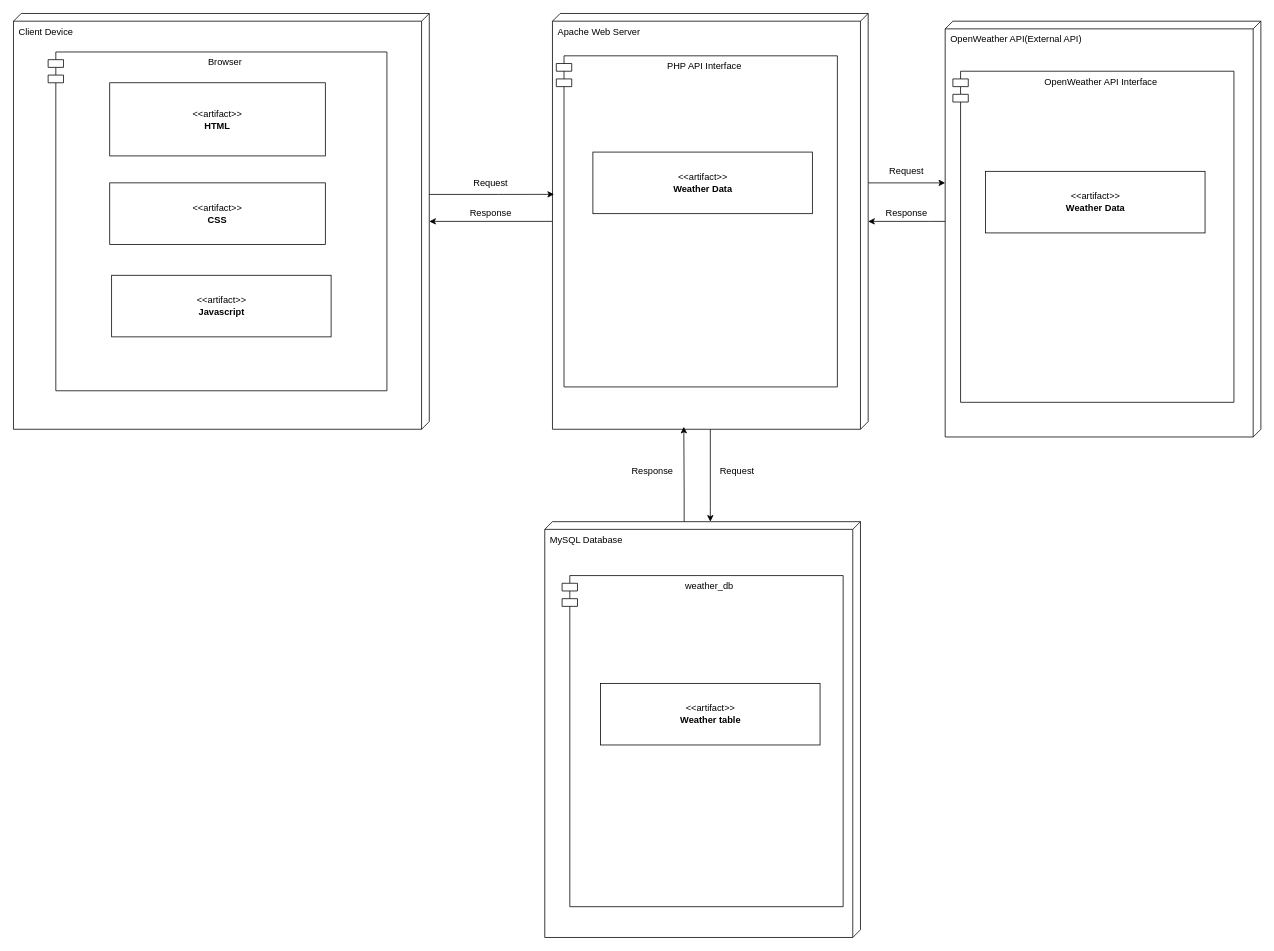
Sandesh-Basnet/Weather_APP keeps this draw.io diagram as Deployment Diagram.drawio. Above is the earlier version. Source tidied: cells renumbered, new cells numbered last; positions are measured from the earlier drawing's top-left corner, leaving out a move shared by most shapes. Both pictures are drawn from the tidied source at 77%, with x=0, y=0 at pixel (13, 13).
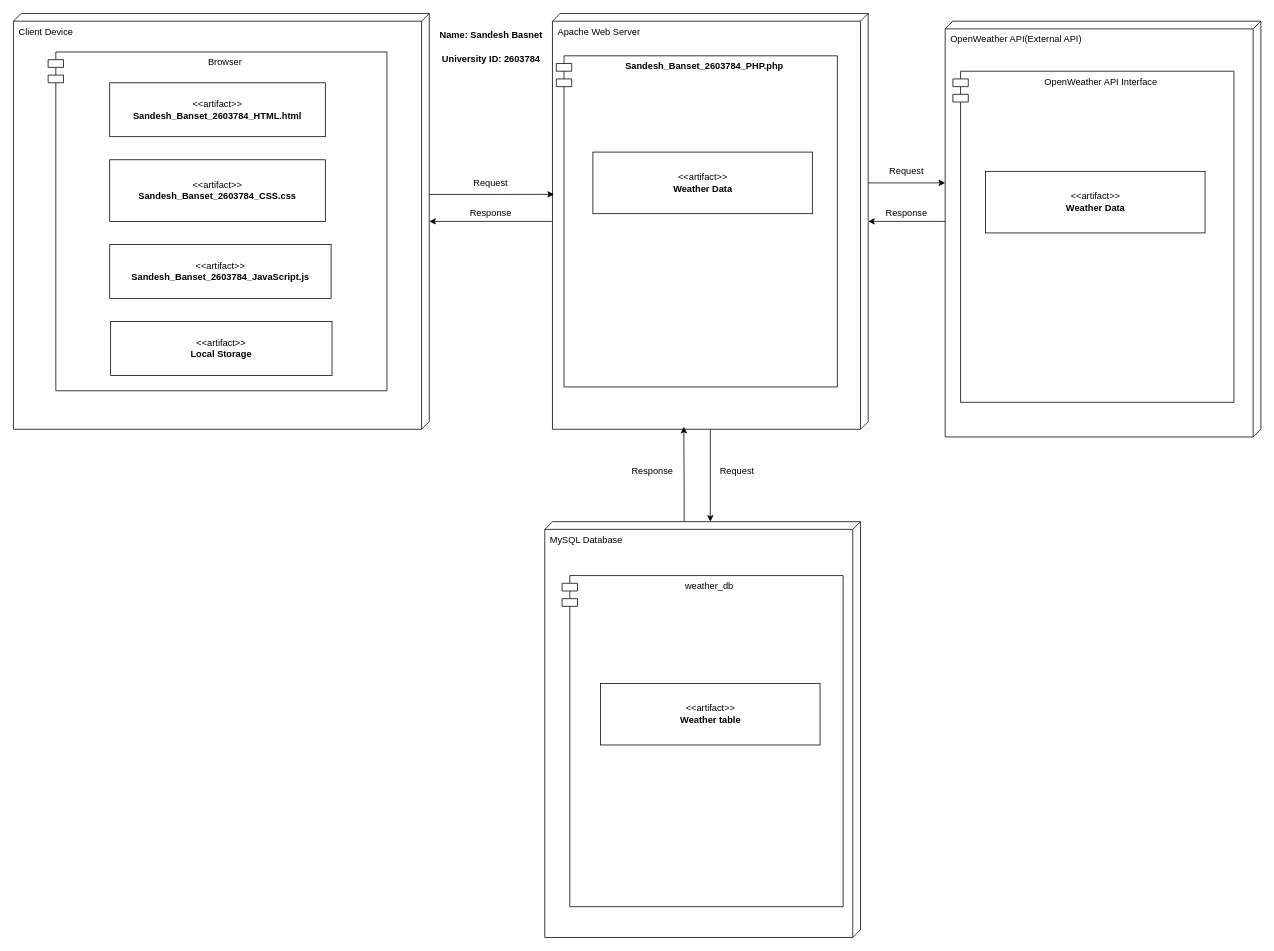
After the change.

Change to the diagram source:
```diff
@@
-    <mxCell id="10" value="&amp;lt;&amp;lt;artifact&amp;gt;&amp;gt;&lt;br&gt;&lt;b&gt;HTML&lt;/b&gt;" style="html=1;align=center;verticalAlign=middle;dashed=0;whiteSpace=wrap;" parent="1" vertex="1">
-      <mxGeometry x="125" y="90" width="280" height="95" as="geometry" />
+    <mxCell id="10" value="&amp;lt;&amp;lt;artifact&amp;gt;&amp;gt;&lt;br&gt;&lt;span style=&quot;font-weight: 700;&quot;&gt;Sandesh_Banset_2603784_HTML.html&lt;/span&gt;" style="html=1;align=center;verticalAlign=middle;dashed=0;whiteSpace=wrap;" parent="1" vertex="1">
+      <mxGeometry x="125" y="90" width="280" height="70" as="geometry" />
     </mxCell>
-    <mxCell id="11" value="&amp;lt;&amp;lt;artifact&amp;gt;&amp;gt;&lt;br&gt;&lt;b&gt;Javascript&lt;/b&gt;" style="html=1;align=center;verticalAlign=middle;dashed=0;whiteSpace=wrap;" parent="1" vertex="1">
-      <mxGeometry x="127.5" y="340" width="285" height="80" as="geometry" />
+    <mxCell id="11" value="&amp;lt;&amp;lt;artifact&amp;gt;&amp;gt;&lt;br&gt;&lt;span style=&quot;font-weight: 700;&quot;&gt;Sandesh_Banset_2603784_JavaScript.js&lt;/span&gt;" style="html=1;align=center;verticalAlign=middle;dashed=0;whiteSpace=wrap;" parent="1" vertex="1">
+      <mxGeometry x="125" y="300" width="287.5" height="70" as="geometry" />
     </mxCell>
-    <mxCell id="12" value="&amp;lt;&amp;lt;artifact&amp;gt;&amp;gt;&lt;br&gt;&lt;b&gt;CSS&lt;/b&gt;" style="html=1;align=center;verticalAlign=middle;dashed=0;whiteSpace=wrap;" parent="1" vertex="1">
-      <mxGeometry x="125" y="220" width="280" height="80" as="geometry" />
+    <mxCell id="12" value="&amp;lt;&amp;lt;artifact&amp;gt;&amp;gt;&lt;br&gt;&lt;span style=&quot;font-weight: 700;&quot;&gt;Sandesh_Banset_2603784_CSS.css&lt;/span&gt;" style="html=1;align=center;verticalAlign=middle;dashed=0;whiteSpace=wrap;" parent="1" vertex="1">
+      <mxGeometry x="125" y="190" width="280" height="80" as="geometry" />
     </mxCell>
-    <mxCell id="13" value="&lt;div&gt;PHP API Interface&lt;/div&gt;" style="shape=module;align=left;spacingLeft=20;align=center;verticalAlign=top;whiteSpace=wrap;html=1;" parent="1" vertex="1">
+    <mxCell id="13" value="&lt;span style=&quot;font-weight: 700;&quot;&gt;Sandesh_Banset_2603784_PHP.php&lt;/span&gt;" style="shape=module;align=left;spacingLeft=20;align=center;verticalAlign=top;whiteSpace=wrap;html=1;" parent="1" vertex="1">
       <mxGeometry x="705" y="55" width="365" height="430" as="geometry" />
     </mxCell>
@@
+    <mxCell id="28" value="&amp;lt;&amp;lt;artifact&amp;gt;&amp;gt;&lt;br&gt;&lt;b&gt;Local Storage&lt;/b&gt;" style="html=1;align=center;verticalAlign=middle;dashed=0;whiteSpace=wrap;" parent="1" vertex="1">
+      <mxGeometry x="126.2" y="400" width="287.5" height="70" as="geometry" />
+    </mxCell>
+    <mxCell id="29" value="Name: Sandesh Basnet" style="text;align=center;fontStyle=1;verticalAlign=middle;spacingLeft=3;spacingRight=3;strokeColor=none;html=1;" parent="1" vertex="1">
+      <mxGeometry x="580" y="10" width="80" height="36" as="geometry" />
+    </mxCell>
+    <mxCell id="30" value="University ID: 2603784" style="text;align=center;fontStyle=1;verticalAlign=middle;spacingLeft=3;spacingRight=3;strokeColor=none;html=1;" parent="1" vertex="1">
+      <mxGeometry x="580" y="46" width="80" height="26" as="geometry" />
+    </mxCell>
```
